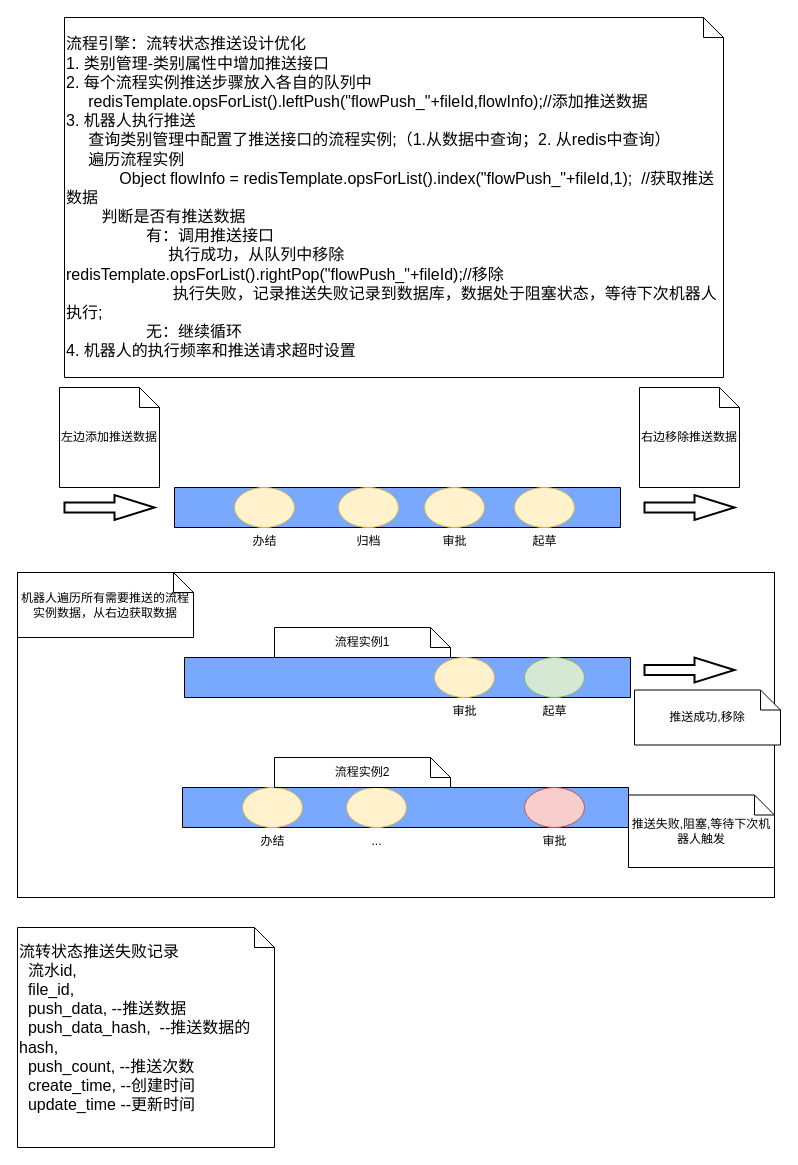
This is src/main/resources/未命名绘图.drawio from yuanyp/y_help_m, a draw.io file, before an edit. Source tidied: cells renumbered, new cells numbered last; positions are measured from the earlier drawing's top-left corner, leaving out a move shared by most shapes. Both pictures are drawn from the tidied source at 100%, with x=0, y=0 at pixel (17, 17).
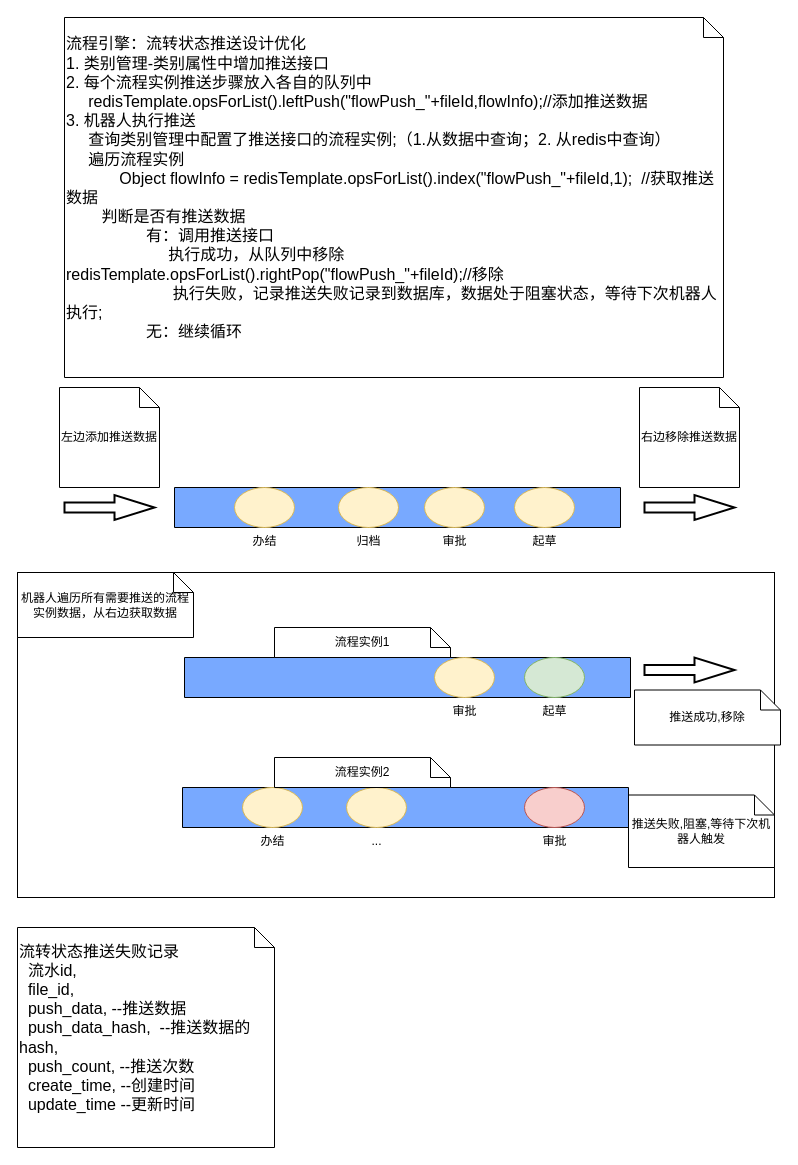
After the change.

Commit message:
更新未命名绘图.drawio

The edit, as a diff of the source:
```diff
@@
-    <mxCell id="25" value="&lt;div style=&quot;font-size: 16px;&quot;&gt;&lt;font style=&quot;font-size: 16px;&quot;&gt;流程引擎：流转状态推送设计优化&lt;/font&gt;&lt;/div&gt;&lt;div style=&quot;font-size: 16px;&quot;&gt;&lt;font style=&quot;font-size: 16px;&quot;&gt;1. 类别管理-类别属性中增加推送接口&lt;/font&gt;&lt;/div&gt;&lt;div style=&quot;font-size: 16px;&quot;&gt;&lt;font style=&quot;font-size: 16px;&quot;&gt;2. 每个流程实例推送步骤放入各自的队列中&lt;/font&gt;&lt;/div&gt;&lt;div style=&quot;font-size: 16px;&quot;&gt;&lt;font style=&quot;font-size: 16px;&quot;&gt;&amp;nbsp; &amp;nbsp; &amp;nbsp;redisTemplate.opsForList().leftPush(&quot;flowPush_&quot;+fileId,flowInfo);//添加推送数据&lt;/font&gt;&lt;/div&gt;&lt;div style=&quot;font-size: 16px;&quot;&gt;&lt;font style=&quot;font-size: 16px;&quot;&gt;3. 机器人执行推送&lt;/font&gt;&lt;/div&gt;&lt;div style=&quot;font-size: 16px;&quot;&gt;&lt;font style=&quot;font-size: 16px;&quot;&gt;&amp;nbsp; &amp;nbsp; &amp;nbsp;查询类别管理中配置了推送接口的流程实例;（1.从数据中查询；2. 从redis中查询）&lt;/font&gt;&lt;/div&gt;&lt;div style=&quot;font-size: 16px;&quot;&gt;&lt;font style=&quot;font-size: 16px;&quot;&gt;&amp;nbsp; &amp;nbsp; &amp;nbsp;遍历流程实例&lt;/font&gt;&lt;/div&gt;&lt;div style=&quot;font-size: 16px;&quot;&gt;&lt;span style=&quot;white-space: normal;&quot;&gt;&lt;font style=&quot;font-size: 16px;&quot;&gt;&lt;span style=&quot;white-space:pre&quot;&gt;&#9;&lt;/span&gt;&amp;nbsp; &amp;nbsp; Object flowInfo = redisTemplate.opsForList().index(&quot;flowPush_&quot;+fileId,1);&amp;nbsp; //获取推送数据&lt;/font&gt;&lt;/span&gt;&lt;/div&gt;&lt;div style=&quot;font-size: 16px;&quot;&gt;&lt;font style=&quot;font-size: 16px;&quot;&gt;&amp;nbsp; &amp;nbsp; &amp;nbsp; &amp;nbsp; 判断是否有推送数据&lt;/font&gt;&lt;/div&gt;&lt;div style=&quot;font-size: 16px;&quot;&gt;&lt;span style=&quot;white-space: normal;&quot;&gt;&lt;font style=&quot;font-size: 16px;&quot;&gt;&lt;span style=&quot;white-space:pre&quot;&gt;&#9;&#9;&lt;/span&gt;&amp;nbsp; 有：调用推送接口&lt;/font&gt;&lt;/span&gt;&lt;/div&gt;&lt;div style=&quot;font-size: 16px;&quot;&gt;&lt;span style=&quot;white-space: normal;&quot;&gt;&lt;font style=&quot;font-size: 16px;&quot;&gt;&lt;span style=&quot;white-space:pre&quot;&gt;&#9;&#9;&lt;/span&gt;&amp;nbsp; &amp;nbsp; &amp;nbsp; &amp;nbsp;执行成功，从队列中移除 redisTemplate.opsForList().rightPop(&quot;flowPush_&quot;+fileId);//移除&lt;/font&gt;&lt;/span&gt;&lt;/div&gt;&lt;div style=&quot;font-size: 16px;&quot;&gt;&lt;span style=&quot;white-space: normal;&quot;&gt;&lt;font style=&quot;font-size: 16px;&quot;&gt;&lt;span style=&quot;white-space:pre&quot;&gt;&#9;&#9;&#9;&lt;/span&gt;执行失败，记录推送失败记录到数据库，数据处于阻塞状态，等待下次机器人执行;&lt;/font&gt;&lt;/span&gt;&lt;/div&gt;&lt;div style=&quot;font-size: 16px;&quot;&gt;&lt;span style=&quot;white-space: normal;&quot;&gt;&lt;font style=&quot;font-size: 16px;&quot;&gt;&lt;span style=&quot;white-space:pre&quot;&gt;&#9;&#9;&lt;/span&gt;&amp;nbsp; 无：继续循环&lt;/font&gt;&lt;/span&gt;&lt;/div&gt;&lt;div style=&quot;font-size: 16px;&quot;&gt;4. 机器人的执行频率和推送请求超时设置&lt;/div&gt;" style="shape=note;size=20;whiteSpace=wrap;html=1;align=left;" parent="1" vertex="1">
+    <mxCell id="25" value="&lt;div style=&quot;font-size: 16px;&quot;&gt;&lt;font style=&quot;font-size: 16px;&quot;&gt;流程引擎：流转状态推送设计优化&lt;/font&gt;&lt;/div&gt;&lt;div style=&quot;font-size: 16px;&quot;&gt;&lt;font style=&quot;font-size: 16px;&quot;&gt;1. 类别管理-类别属性中增加推送接口&lt;/font&gt;&lt;/div&gt;&lt;div style=&quot;font-size: 16px;&quot;&gt;&lt;font style=&quot;font-size: 16px;&quot;&gt;2. 每个流程实例推送步骤放入各自的队列中&lt;/font&gt;&lt;/div&gt;&lt;div style=&quot;font-size: 16px;&quot;&gt;&lt;font style=&quot;font-size: 16px;&quot;&gt;&amp;nbsp; &amp;nbsp; &amp;nbsp;redisTemplate.opsForList().leftPush(&quot;flowPush_&quot;+fileId,flowInfo);//添加推送数据&lt;/font&gt;&lt;/div&gt;&lt;div style=&quot;font-size: 16px;&quot;&gt;&lt;font style=&quot;font-size: 16px;&quot;&gt;3. 机器人执行推送&lt;/font&gt;&lt;/div&gt;&lt;div style=&quot;font-size: 16px;&quot;&gt;&lt;font style=&quot;font-size: 16px;&quot;&gt;&amp;nbsp; &amp;nbsp; &amp;nbsp;查询类别管理中配置了推送接口的流程实例;（1.从数据中查询；2. 从redis中查询）&lt;/font&gt;&lt;/div&gt;&lt;div style=&quot;font-size: 16px;&quot;&gt;&lt;font style=&quot;font-size: 16px;&quot;&gt;&amp;nbsp; &amp;nbsp; &amp;nbsp;遍历流程实例&lt;/font&gt;&lt;/div&gt;&lt;div style=&quot;font-size: 16px;&quot;&gt;&lt;span style=&quot;white-space: normal;&quot;&gt;&lt;font style=&quot;font-size: 16px;&quot;&gt;&lt;span style=&quot;white-space:pre&quot;&gt;&#9;&lt;/span&gt;&amp;nbsp; &amp;nbsp; Object flowInfo = redisTemplate.opsForList().index(&quot;flowPush_&quot;+fileId,1);&amp;nbsp; //获取推送数据&lt;/font&gt;&lt;/span&gt;&lt;/div&gt;&lt;div style=&quot;font-size: 16px;&quot;&gt;&lt;font style=&quot;font-size: 16px;&quot;&gt;&amp;nbsp; &amp;nbsp; &amp;nbsp; &amp;nbsp; 判断是否有推送数据&lt;/font&gt;&lt;/div&gt;&lt;div style=&quot;font-size: 16px;&quot;&gt;&lt;span style=&quot;white-space: normal;&quot;&gt;&lt;font style=&quot;font-size: 16px;&quot;&gt;&lt;span style=&quot;white-space:pre&quot;&gt;&#9;&#9;&lt;/span&gt;&amp;nbsp; 有：调用推送接口&lt;/font&gt;&lt;/span&gt;&lt;/div&gt;&lt;div style=&quot;font-size: 16px;&quot;&gt;&lt;span style=&quot;white-space: normal;&quot;&gt;&lt;font style=&quot;font-size: 16px;&quot;&gt;&lt;span style=&quot;white-space:pre&quot;&gt;&#9;&#9;&lt;/span&gt;&amp;nbsp; &amp;nbsp; &amp;nbsp; &amp;nbsp;执行成功，从队列中移除 redisTemplate.opsForList().rightPop(&quot;flowPush_&quot;+fileId);//移除&lt;/font&gt;&lt;/span&gt;&lt;/div&gt;&lt;div style=&quot;font-size: 16px;&quot;&gt;&lt;span style=&quot;white-space: normal;&quot;&gt;&lt;font style=&quot;font-size: 16px;&quot;&gt;&lt;span style=&quot;white-space:pre&quot;&gt;&#9;&#9;&#9;&lt;/span&gt;执行失败，记录推送失败记录到数据库，数据处于阻塞状态，等待下次机器人执行;&lt;/font&gt;&lt;/span&gt;&lt;/div&gt;&lt;div style=&quot;font-size: 16px;&quot;&gt;&lt;span style=&quot;white-space: normal;&quot;&gt;&lt;font style=&quot;font-size: 16px;&quot;&gt;&lt;span style=&quot;white-space:pre&quot;&gt;&#9;&#9;&lt;/span&gt;&amp;nbsp; 无：继续循环&lt;/font&gt;&lt;/span&gt;&lt;/div&gt;&lt;div style=&quot;font-size: 16px;&quot;&gt;&lt;br&gt;&lt;/div&gt;" style="shape=note;size=20;whiteSpace=wrap;html=1;align=left;" parent="1" vertex="1">
       <mxGeometry x="47" width="659" height="360" as="geometry" />
     </mxCell>
```
